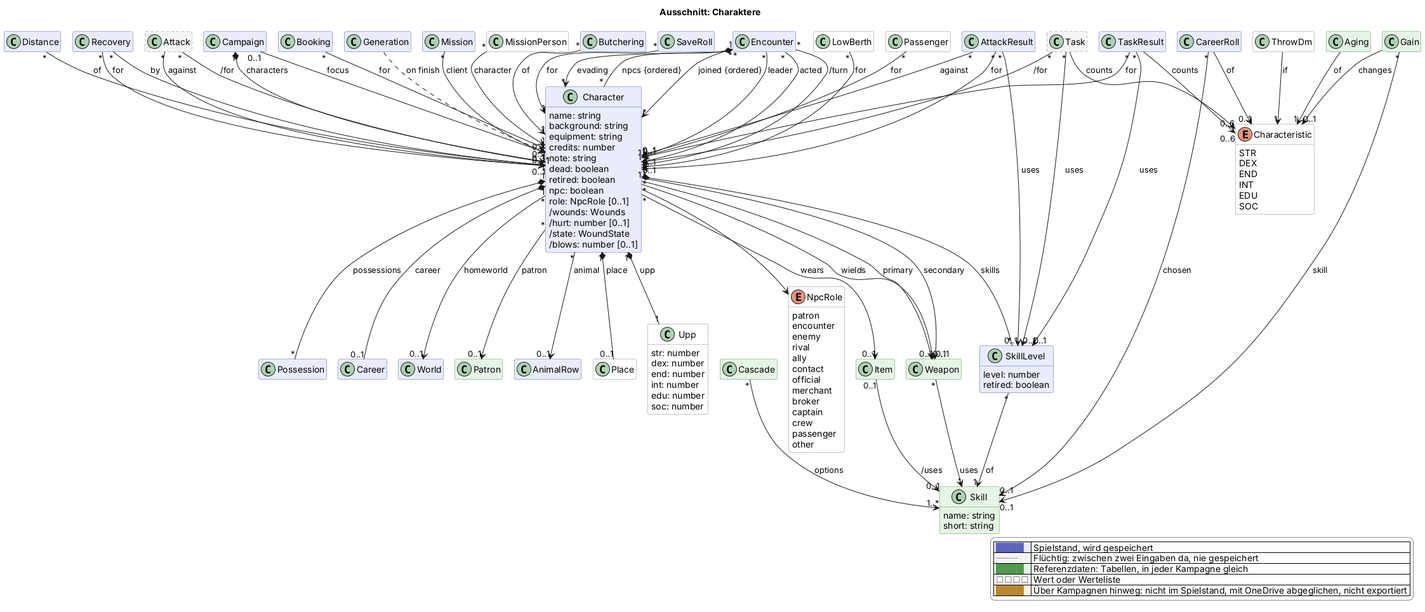
The PlantUML diagram docs/views/charakter.png in scuzzar/SRE, before a commit.
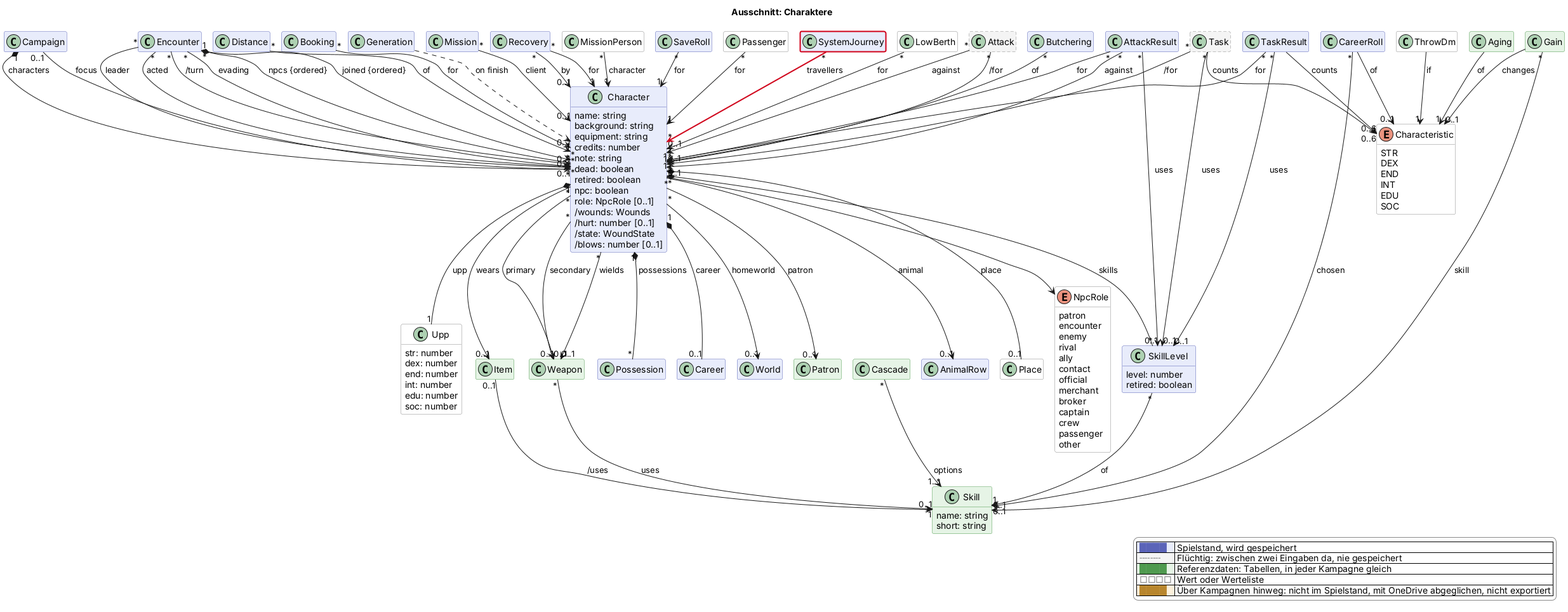
The same diagram one commit later.

Change to the diagram source:
```diff
@@ -130,6 +130,7 @@
   class SaveRoll $begegnung
 
   class Passenger <<value>> $reise
+  class SystemJourney $reise $newClass("2026-11-20d")
   class LowBerth <<value>> $reise
 
   class Task <<transient>> $probe
@@ -170,6 +171,7 @@
 
 Passenger "*" --> "1" Character : for
 LowBerth "*" --> "0..1" Character : for
+SystemJourney "*" -$newArrow("2026-11-20d")-> "*" Character : travellers
 
 Generation ..> Character : on finish
 Character "1" *-- "0..1" Career : career
```
